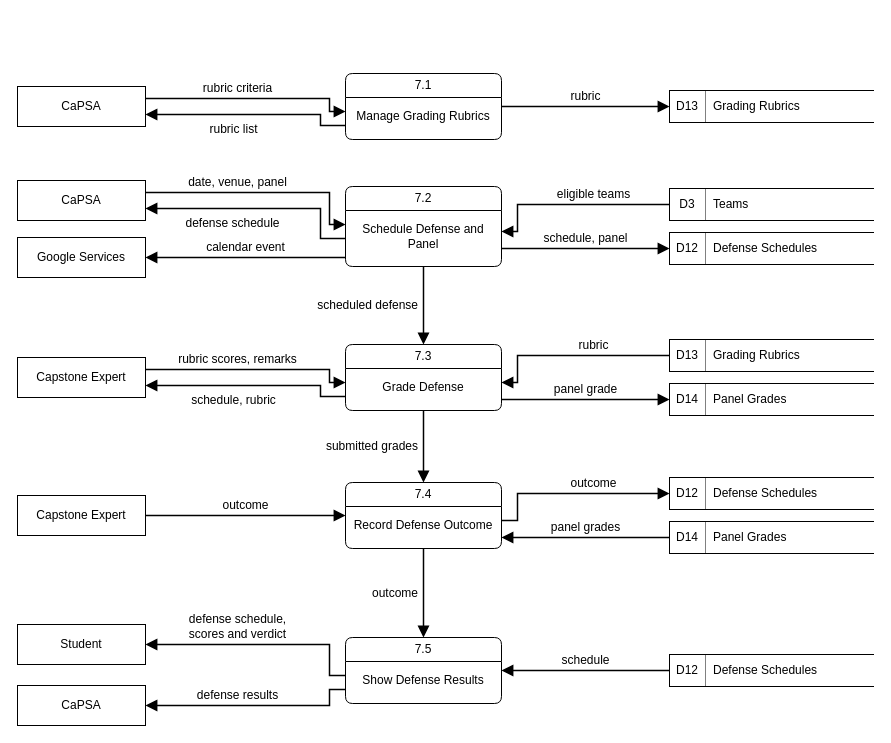
The draw.io diagram docs/diagrams/10-dfd-level-1-7-manage-defense-grading.drawio in M21thony/capstrack, before the edit. Source tidied: cells renumbered, new cells numbered last; positions are measured from the earlier drawing's top-left corner, leaving out a move shared by most shapes. Both pictures are drawn from the tidied source at 100%, with x=0, y=0 at pixel (17, 73).
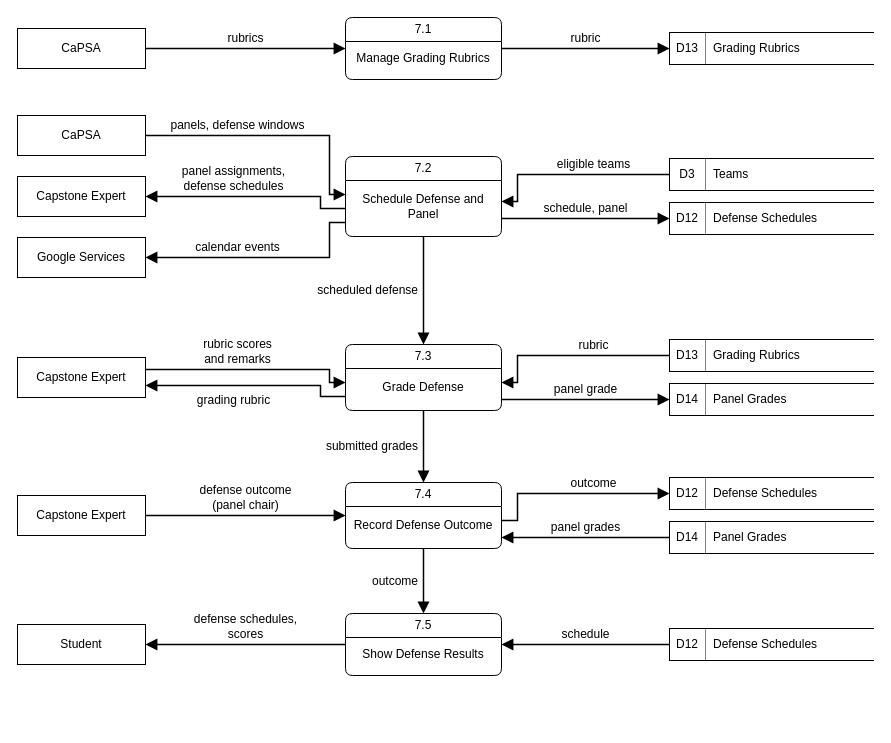
The same diagram, later.

The change refers to these unchanged cells:
```xml
<mxCell id="12" value="Google Services" style="rounded=0;whiteSpace=wrap;html=1;fillColor=#ffffff;fontSize=12;strokeColor=#000000;fontFamily=Helvetica;fontColor=#000000;" parent="1" vertex="1">
  <mxGeometry y="164" width="128" height="40" as="geometry" />
</mxCell>
<mxCell id="26" value="Capstone Expert" style="rounded=0;whiteSpace=wrap;html=1;fillColor=#ffffff;fontSize=12;strokeColor=#000000;fontFamily=Helvetica;fontColor=#000000;" parent="1" vertex="1">
  <mxGeometry y="284" width="128" height="40" as="geometry" />
</mxCell>
<mxCell id="33" value="7.3" style="swimlane;shape=swimlane;rounded=1;arcSize=10;startSize=24;html=1;whiteSpace=wrap;fillColor=#ffffff;swimlaneFillColor=#ffffff;fontStyle=0;fontSize=12;strokeColor=#000000;fontFamily=Helvetica;fontColor=#000000;" parent="1" vertex="1">
  <mxGeometry x="328" y="271" width="156" height="66" as="geometry" />
</mxCell>
<mxCell id="39" value="Capstone Expert" style="rounded=0;whiteSpace=wrap;html=1;fillColor=#ffffff;fontSize=12;strokeColor=#000000;fontFamily=Helvetica;fontColor=#000000;" parent="1" vertex="1">
  <mxGeometry y="422" width="128" height="40" as="geometry" />
</mxCell>
<mxCell id="46" value="7.4" style="swimlane;shape=swimlane;rounded=1;arcSize=10;startSize=24;html=1;whiteSpace=wrap;fillColor=#ffffff;swimlaneFillColor=#ffffff;fontStyle=0;fontSize=12;strokeColor=#000000;fontFamily=Helvetica;fontColor=#000000;" parent="1" vertex="1">
  <mxGeometry x="328" y="409" width="156" height="66" as="geometry" />
</mxCell>
<mxCell id="51" value="Student" style="rounded=0;whiteSpace=wrap;html=1;fillColor=#ffffff;fontSize=12;strokeColor=#000000;fontFamily=Helvetica;fontColor=#000000;" parent="1" vertex="1">
  <mxGeometry y="551" width="128" height="40" as="geometry" />
</mxCell>
```

What changed in the source:
```diff
@@
     <mxCell id="2" value="CaPSA" style="rounded=0;whiteSpace=wrap;html=1;fillColor=#ffffff;fontSize=12;strokeColor=#000000;fontFamily=Helvetica;fontColor=#000000;" parent="1" vertex="1">
-      <mxGeometry y="13" width="128" height="40" as="geometry" />
+      <mxGeometry y="-45" width="128" height="40" as="geometry" />
     </mxCell>
     <mxCell id="3" style="rounded=0;html=1;fillColor=none;strokeColor=none;fontSize=12;" parent="1" vertex="1">
-      <mxGeometry x="652" y="17" width="204" height="32" as="geometry" />
+      <mxGeometry x="652" y="-41" width="204" height="32" as="geometry" />
     </mxCell>
@@
     <mxCell id="6" value="7.1" style="swimlane;shape=swimlane;rounded=1;arcSize=10;startSize=24;html=1;whiteSpace=wrap;fillColor=#ffffff;swimlaneFillColor=#ffffff;fontStyle=0;fontSize=12;strokeColor=#000000;fontFamily=Helvetica;fontColor=#000000;" parent="1" vertex="1">
-      <mxGeometry x="328" width="156" height="66" as="geometry" />
+      <mxGeometry x="328" y="-56" width="156" height="62" as="geometry" />
     </mxCell>
     <mxCell id="7" value="Manage Grading Rubrics" style="text;html=1;strokeColor=none;fillColor=none;align=center;verticalAlign=middle;whiteSpace=wrap;fontSize=12;fontFamily=Helvetica;fontColor=#000000;" parent="6" vertex="1">
-      <mxGeometry x="6" y="24" width="144" height="38" as="geometry" />
+      <mxGeometry x="6" y="24" width="144" height="34" as="geometry" />
     </mxCell>
-    <mxCell id="8" value="rubric criteria" style="edgeStyle=orthogonalEdgeStyle;rounded=0;html=1;endArrow=block;endFill=1;endSize=8;strokeWidth=1.5;startArrow=none;strokeColor=#000000;fontFamily=Helvetica;fontColor=#000000;fontSize=12;labelBackgroundColor=#ffffff;verticalAlign=bottom;exitX=1;exitY=0.3;exitDx=0;exitDy=0;entryX=0;entryY=0.575758;entryDx=0;entryDy=0;" parent="1" edge="1" source="2" target="6">
-      <mxGeometry x="-0.14" relative="1" as="geometry">
-        <Array as="points">
-          <mxPoint x="312" y="25" />
-          <mxPoint x="312" y="38" />
-        </Array>
+    <mxCell id="8" value="rubrics" style="edgeStyle=orthogonalEdgeStyle;rounded=0;html=1;endArrow=block;endFill=1;endSize=8;strokeWidth=1.5;startArrow=none;strokeColor=#000000;fontFamily=Helvetica;fontColor=#000000;fontSize=12;labelBackgroundColor=#ffffff;verticalAlign=bottom;exitX=1;exitY=0.5;exitDx=0;exitDy=0;entryX=0;entryY=0.5;entryDx=0;entryDy=0;" parent="1" edge="1" source="2" target="6">
+      <mxGeometry relative="1" as="geometry">
         <mxPoint y="-1" as="offset" />
       </mxGeometry>
     </mxCell>
-    <mxCell id="9" value="rubric list" style="edgeStyle=orthogonalEdgeStyle;rounded=0;html=1;endArrow=block;endFill=1;endSize=8;strokeWidth=1.5;startArrow=none;strokeColor=#000000;fontFamily=Helvetica;fontColor=#000000;fontSize=12;labelBackgroundColor=#ffffff;verticalAlign=top;exitX=0;exitY=0.787879;exitDx=0;exitDy=0;entryX=1;entryY=0.7;entryDx=0;entryDy=0;" parent="1" edge="1" source="6" target="2">
-      <mxGeometry x="0.17" relative="1" as="geometry">
-        <Array as="points">
-          <mxPoint x="303" y="52" />
-          <mxPoint x="303" y="41" />
-        </Array>
-        <mxPoint y="1" as="offset" />
+    <mxCell id="9" value="rubric" style="edgeStyle=orthogonalEdgeStyle;rounded=0;html=1;endArrow=block;endFill=1;endSize=8;strokeWidth=1.5;startArrow=none;strokeColor=#000000;fontFamily=Helvetica;fontColor=#000000;fontSize=12;labelBackgroundColor=#ffffff;verticalAlign=bottom;exitX=1;exitY=0.5;exitDx=0;exitDy=0;entryX=0;entryY=0.5;entryDx=0;entryDy=0;" parent="1" edge="1" source="6" target="3">
+      <mxGeometry relative="1" as="geometry">
+        <mxPoint y="-1" as="offset" />
       </mxGeometry>
     </mxCell>
-    <mxCell id="10" value="rubric" style="edgeStyle=orthogonalEdgeStyle;rounded=0;html=1;endArrow=block;endFill=1;endSize=8;strokeWidth=1.5;startArrow=none;strokeColor=#000000;fontFamily=Helvetica;fontColor=#000000;fontSize=12;labelBackgroundColor=#ffffff;verticalAlign=bottom;exitX=1;exitY=0.5;exitDx=0;exitDy=0;entryX=0;entryY=0.5;entryDx=0;entryDy=0;" parent="1" edge="1" source="6" target="3">
-      <mxGeometry relative="1" as="geometry">
-        <mxPoint y="-1" as="offset" />
-      </mxGeometry>
+    <mxCell id="10" value="CaPSA" style="rounded=0;whiteSpace=wrap;html=1;fillColor=#ffffff;fontSize=12;strokeColor=#000000;fontFamily=Helvetica;fontColor=#000000;" parent="1" vertex="1">
+      <mxGeometry y="42" width="128" height="40" as="geometry" />
     </mxCell>
-    <mxCell id="11" value="CaPSA" style="rounded=0;whiteSpace=wrap;html=1;fillColor=#ffffff;fontSize=12;strokeColor=#000000;fontFamily=Helvetica;fontColor=#000000;" parent="1" vertex="1">
-      <mxGeometry y="107" width="128" height="40" as="geometry" />
+    <mxCell id="11" value="Capstone Expert" style="rounded=0;whiteSpace=wrap;html=1;fillColor=#ffffff;fontSize=12;strokeColor=#000000;fontFamily=Helvetica;fontColor=#000000;" parent="1" vertex="1">
+      <mxGeometry y="103" width="128" height="40" as="geometry" />
     </mxCell>
@@
     <mxCell id="13" style="rounded=0;html=1;fillColor=none;strokeColor=none;fontSize=12;" parent="1" vertex="1">
-      <mxGeometry x="652" y="115" width="204" height="32" as="geometry" />
+      <mxGeometry x="652" y="85" width="204" height="32" as="geometry" />
     </mxCell>
@@
     <mxCell id="16" style="rounded=0;html=1;fillColor=none;strokeColor=none;fontSize=12;" parent="1" vertex="1">
-      <mxGeometry x="652" y="159" width="204" height="32" as="geometry" />
+      <mxGeometry x="652" y="129" width="204" height="32" as="geometry" />
     </mxCell>
@@
     <mxCell id="19" value="7.2" style="swimlane;shape=swimlane;rounded=1;arcSize=10;startSize=24;html=1;whiteSpace=wrap;fillColor=#ffffff;swimlaneFillColor=#ffffff;fontStyle=0;fontSize=12;strokeColor=#000000;fontFamily=Helvetica;fontColor=#000000;" parent="1" vertex="1">
-      <mxGeometry x="328" y="113" width="156" height="80" as="geometry" />
+      <mxGeometry x="328" y="83" width="156" height="80" as="geometry" />
     </mxCell>
@@
-    <mxCell id="21" value="date, venue, panel" style="edgeStyle=orthogonalEdgeStyle;rounded=0;html=1;endArrow=block;endFill=1;endSize=8;strokeWidth=1.5;startArrow=none;strokeColor=#000000;fontFamily=Helvetica;fontColor=#000000;fontSize=12;labelBackgroundColor=#ffffff;verticalAlign=bottom;exitX=1;exitY=0.3;exitDx=0;exitDy=0;entryX=0;entryY=0.475;entryDx=0;entryDy=0;" parent="1" edge="1" source="11" target="19">
-      <mxGeometry x="-0.21" relative="1" as="geometry">
+    <mxCell id="21" value="panels, defense windows" style="edgeStyle=orthogonalEdgeStyle;rounded=0;html=1;endArrow=block;endFill=1;endSize=8;strokeWidth=1.5;startArrow=none;strokeColor=#000000;fontFamily=Helvetica;fontColor=#000000;fontSize=12;labelBackgroundColor=#ffffff;verticalAlign=bottom;exitX=1;exitY=0.5;exitDx=0;exitDy=0;entryX=0;entryY=0.475;entryDx=0;entryDy=0;" parent="1" edge="1" source="10" target="19">
+      <mxGeometry x="-0.29" relative="1" as="geometry">
         <Array as="points">
-          <mxPoint x="312" y="119" />
-          <mxPoint x="312" y="151" />
+          <mxPoint x="312" y="62" />
+          <mxPoint x="312" y="121" />
         </Array>
         <mxPoint y="-1" as="offset" />
       </mxGeometry>
     </mxCell>
-    <mxCell id="22" value="defense schedule" style="edgeStyle=orthogonalEdgeStyle;rounded=0;html=1;endArrow=block;endFill=1;endSize=8;strokeWidth=1.5;startArrow=none;strokeColor=#000000;fontFamily=Helvetica;fontColor=#000000;fontSize=12;labelBackgroundColor=#ffffff;verticalAlign=top;exitX=0;exitY=0.65;exitDx=0;exitDy=0;entryX=1;entryY=0.7;entryDx=0;entryDy=0;" parent="1" edge="1" source="19" target="11">
-      <mxGeometry x="0.24" relative="1" as="geometry">
+    <mxCell id="22" value="panel assignments,&lt;br&gt;defense schedules" style="edgeStyle=orthogonalEdgeStyle;rounded=0;html=1;endArrow=block;endFill=1;endSize=8;strokeWidth=1.5;startArrow=none;strokeColor=#000000;fontFamily=Helvetica;fontColor=#000000;fontSize=12;labelBackgroundColor=#ffffff;verticalAlign=bottom;exitX=0;exitY=0.65;exitDx=0;exitDy=0;entryX=1;entryY=0.5;entryDx=0;entryDy=0;" parent="1" edge="1" source="19" target="11">
+      <mxGeometry x="0.17" relative="1" as="geometry">
         <Array as="points">
-          <mxPoint x="303" y="165" />
           <mxPoint x="303" y="135" />
+          <mxPoint x="303" y="123" />
         </Array>
-        <mxPoint y="1" as="offset" />
+        <mxPoint y="-1" as="offset" />
       </mxGeometry>
     </mxCell>
-    <mxCell id="23" value="calendar event" style="edgeStyle=orthogonalEdgeStyle;rounded=0;html=1;endArrow=block;endFill=1;endSize=8;strokeWidth=1.5;startArrow=none;strokeColor=#000000;fontFamily=Helvetica;fontColor=#000000;fontSize=12;labelBackgroundColor=#ffffff;verticalAlign=bottom;exitX=0;exitY=0.8875;exitDx=0;exitDy=0;entryX=1;entryY=0.5;entryDx=0;entryDy=0;" parent="1" edge="1" source="19" target="12">
-      <mxGeometry relative="1" as="geometry">
+    <mxCell id="23" value="calendar events" style="edgeStyle=orthogonalEdgeStyle;rounded=0;html=1;endArrow=block;endFill=1;endSize=8;strokeWidth=1.5;startArrow=none;strokeColor=#000000;fontFamily=Helvetica;fontColor=#000000;fontSize=12;labelBackgroundColor=#ffffff;verticalAlign=bottom;exitX=0;exitY=0.825;exitDx=0;exitDy=0;entryX=1;entryY=0.5;entryDx=0;entryDy=0;" parent="1" edge="1" source="19" target="12">
+      <mxGeometry x="0.22" relative="1" as="geometry">
+        <Array as="points">
+          <mxPoint x="312" y="149" />
+          <mxPoint x="312" y="184" />
+        </Array>
         <mxPoint y="-1" as="offset" />
       </mxGeometry>
     </mxCell>
     <mxCell id="24" value="eligible teams" style="edgeStyle=orthogonalEdgeStyle;rounded=0;html=1;endArrow=block;endFill=1;endSize=8;strokeWidth=1.5;startArrow=none;strokeColor=#000000;fontFamily=Helvetica;fontColor=#000000;fontSize=12;labelBackgroundColor=#ffffff;verticalAlign=bottom;exitX=0;exitY=0.5;exitDx=0;exitDy=0;entryX=1;entryY=0.5625;entryDx=0;entryDy=0;" parent="1" edge="1" source="13" target="19">
       <mxGeometry x="-0.22" relative="1" as="geometry">
         <Array as="points">
-          <mxPoint x="500" y="131" />
-          <mxPoint x="500" y="158" />
+          <mxPoint x="500" y="101" />
+          <mxPoint x="500" y="128" />
         </Array>
         <mxPoint y="-1" as="offset" />
       </mxGeometry>
     </mxCell>
@@
-    <mxCell id="35" value="rubric scores, remarks" style="edgeStyle=orthogonalEdgeStyle;rounded=0;html=1;endArrow=block;endFill=1;endSize=8;strokeWidth=1.5;startArrow=none;strokeColor=#000000;fontFamily=Helvetica;fontColor=#000000;fontSize=12;labelBackgroundColor=#ffffff;verticalAlign=bottom;exitX=1;exitY=0.3;exitDx=0;exitDy=0;entryX=0;entryY=0.575758;entryDx=0;entryDy=0;" parent="1" edge="1" source="26" target="33">
+    <mxCell id="35" value="rubric scores&lt;br&gt;and remarks" style="edgeStyle=orthogonalEdgeStyle;rounded=0;html=1;endArrow=block;endFill=1;endSize=8;strokeWidth=1.5;startArrow=none;strokeColor=#000000;fontFamily=Helvetica;fontColor=#000000;fontSize=12;labelBackgroundColor=#ffffff;verticalAlign=bottom;exitX=1;exitY=0.3;exitDx=0;exitDy=0;entryX=0;entryY=0.575758;entryDx=0;entryDy=0;" parent="1" edge="1" source="26" target="33">
       <mxGeometry x="-0.14" relative="1" as="geometry">
         <Array as="points">
           <mxPoint x="312" y="296" />
           <mxPoint x="312" y="309" />
         </Array>
         <mxPoint y="-1" as="offset" />
       </mxGeometry>
     </mxCell>
-    <mxCell id="36" value="schedule, rubric" style="edgeStyle=orthogonalEdgeStyle;rounded=0;html=1;endArrow=block;endFill=1;endSize=8;strokeWidth=1.5;startArrow=none;strokeColor=#000000;fontFamily=Helvetica;fontColor=#000000;fontSize=12;labelBackgroundColor=#ffffff;verticalAlign=top;exitX=0;exitY=0.787879;exitDx=0;exitDy=0;entryX=1;entryY=0.7;entryDx=0;entryDy=0;" parent="1" edge="1" source="33" target="26">
+    <mxCell id="36" value="grading rubric" style="edgeStyle=orthogonalEdgeStyle;rounded=0;html=1;endArrow=block;endFill=1;endSize=8;strokeWidth=1.5;startArrow=none;strokeColor=#000000;fontFamily=Helvetica;fontColor=#000000;fontSize=12;labelBackgroundColor=#ffffff;verticalAlign=top;exitX=0;exitY=0.787879;exitDx=0;exitDy=0;entryX=1;entryY=0.7;entryDx=0;entryDy=0;" parent="1" edge="1" source="33" target="26">
       <mxGeometry x="0.17" relative="1" as="geometry">
         <Array as="points">
           <mxPoint x="303" y="323" />
           <mxPoint x="303" y="312" />
         </Array>
         <mxPoint y="1" as="offset" />
       </mxGeometry>
     </mxCell>
@@
-    <mxCell id="48" value="outcome" style="edgeStyle=orthogonalEdgeStyle;rounded=0;html=1;endArrow=block;endFill=1;endSize=8;strokeWidth=1.5;startArrow=none;strokeColor=#000000;fontFamily=Helvetica;fontColor=#000000;fontSize=12;labelBackgroundColor=#ffffff;verticalAlign=bottom;exitX=1;exitY=0.5;exitDx=0;exitDy=0;entryX=0;entryY=0.5;entryDx=0;entryDy=0;" parent="1" edge="1" source="39" target="46">
+    <mxCell id="48" value="defense outcome&lt;br&gt;(panel chair)" style="edgeStyle=orthogonalEdgeStyle;rounded=0;html=1;endArrow=block;endFill=1;endSize=8;strokeWidth=1.5;startArrow=none;strokeColor=#000000;fontFamily=Helvetica;fontColor=#000000;fontSize=12;labelBackgroundColor=#ffffff;verticalAlign=bottom;exitX=1;exitY=0.5;exitDx=0;exitDy=0;entryX=0;entryY=0.5;entryDx=0;entryDy=0;" parent="1" edge="1" source="39" target="46">
       <mxGeometry relative="1" as="geometry">
         <mxPoint y="-1" as="offset" />
       </mxGeometry>
     </mxCell>
@@
-    <mxCell id="52" value="CaPSA" style="rounded=0;whiteSpace=wrap;html=1;fillColor=#ffffff;fontSize=12;strokeColor=#000000;fontFamily=Helvetica;fontColor=#000000;" parent="1" vertex="1">
-      <mxGeometry y="612" width="128" height="40" as="geometry" />
+    <mxCell id="52" style="rounded=0;html=1;fillColor=none;strokeColor=none;fontSize=12;" parent="1" vertex="1">
+      <mxGeometry x="652" y="555" width="204" height="32" as="geometry" />
     </mxCell>
-    <mxCell id="53" style="rounded=0;html=1;fillColor=none;strokeColor=none;fontSize=12;" parent="1" vertex="1">
-      <mxGeometry x="652" y="581" width="204" height="32" as="geometry" />
+    <mxCell id="53" value="D12" style="rounded=0;whiteSpace=wrap;html=1;fillColor=#ffffff;fontSize=12;strokeColor=#000000;fontFamily=Helvetica;fontColor=#000000;" parent="52" vertex="1">
+      <mxGeometry width="36" height="32" as="geometry" />
     </mxCell>
-    <mxCell id="54" value="D12" style="rounded=0;whiteSpace=wrap;html=1;fillColor=#ffffff;fontSize=12;strokeColor=#000000;fontFamily=Helvetica;fontColor=#000000;" parent="53" vertex="1">
-      <mxGeometry width="36" height="32" as="geometry" />
+    <mxCell id="54" value="Defense Schedules" style="shape=partialRectangle;left=0;right=0;top=1;bottom=1;whiteSpace=wrap;html=1;align=left;spacingLeft=6;fillColor=#ffffff;fontSize=12;strokeColor=#000000;fontFamily=Helvetica;fontColor=#000000;" parent="52" vertex="1">
+      <mxGeometry x="36" width="168" height="32" as="geometry" />
     </mxCell>
-    <mxCell id="55" value="Defense Schedules" style="shape=partialRectangle;left=0;right=0;top=1;bottom=1;whiteSpace=wrap;html=1;align=left;spacingLeft=6;fillColor=#ffffff;fontSize=12;strokeColor=#000000;fontFamily=Helvetica;fontColor=#000000;" parent="53" vertex="1">
-      <mxGeometry x="36" width="168" height="32" as="geometry" />
+    <mxCell id="55" value="7.5" style="swimlane;shape=swimlane;rounded=1;arcSize=10;startSize=24;html=1;whiteSpace=wrap;fillColor=#ffffff;swimlaneFillColor=#ffffff;fontStyle=0;fontSize=12;strokeColor=#000000;fontFamily=Helvetica;fontColor=#000000;" parent="1" vertex="1">
+      <mxGeometry x="328" y="540" width="156" height="62" as="geometry" />
     </mxCell>
-    <mxCell id="56" value="7.5" style="swimlane;shape=swimlane;rounded=1;arcSize=10;startSize=24;html=1;whiteSpace=wrap;fillColor=#ffffff;swimlaneFillColor=#ffffff;fontStyle=0;fontSize=12;strokeColor=#000000;fontFamily=Helvetica;fontColor=#000000;" parent="1" vertex="1">
-      <mxGeometry x="328" y="564" width="156" height="66" as="geometry" />
+    <mxCell id="56" value="Show Defense Results" style="text;html=1;strokeColor=none;fillColor=none;align=center;verticalAlign=middle;whiteSpace=wrap;fontSize=12;fontFamily=Helvetica;fontColor=#000000;" parent="55" vertex="1">
+      <mxGeometry x="6" y="24" width="144" height="34" as="geometry" />
     </mxCell>
-    <mxCell id="57" value="Show Defense Results" style="text;html=1;strokeColor=none;fillColor=none;align=center;verticalAlign=middle;whiteSpace=wrap;fontSize=12;fontFamily=Helvetica;fontColor=#000000;" parent="56" vertex="1">
-      <mxGeometry x="6" y="24" width="144" height="38" as="geometry" />
+    <mxCell id="57" value="defense schedules,&lt;br&gt;scores" style="edgeStyle=orthogonalEdgeStyle;rounded=0;html=1;endArrow=block;endFill=1;endSize=8;strokeWidth=1.5;startArrow=none;strokeColor=#000000;fontFamily=Helvetica;fontColor=#000000;fontSize=12;labelBackgroundColor=#ffffff;verticalAlign=bottom;exitX=0;exitY=0.5;exitDx=0;exitDy=0;entryX=1;entryY=0.5;entryDx=0;entryDy=0;" parent="1" edge="1" source="55" target="51">
+      <mxGeometry relative="1" as="geometry">
+        <mxPoint y="-1" as="offset" />
+      </mxGeometry>
     </mxCell>
-    <mxCell id="58" value="defense schedule,&lt;br&gt;scores and verdict" style="edgeStyle=orthogonalEdgeStyle;rounded=0;html=1;endArrow=block;endFill=1;endSize=8;strokeWidth=1.5;startArrow=none;strokeColor=#000000;fontFamily=Helvetica;fontColor=#000000;fontSize=12;labelBackgroundColor=#ffffff;verticalAlign=bottom;exitX=0;exitY=0.575758;exitDx=0;exitDy=0;entryX=1;entryY=0.5;entryDx=0;entryDy=0;" parent="1" edge="1" source="56" target="51">
-      <mxGeometry x="0.2" relative="1" as="geometry">
-        <Array as="points">
-          <mxPoint x="312" y="602" />
-          <mxPoint x="312" y="571" />
-        </Array>
+    <mxCell id="58" value="schedule" style="edgeStyle=orthogonalEdgeStyle;rounded=0;html=1;endArrow=block;endFill=1;endSize=8;strokeWidth=1.5;startArrow=none;strokeColor=#000000;fontFamily=Helvetica;fontColor=#000000;fontSize=12;labelBackgroundColor=#ffffff;verticalAlign=bottom;exitX=0;exitY=0.5;exitDx=0;exitDy=0;entryX=1;entryY=0.5;entryDx=0;entryDy=0;" parent="1" edge="1" source="52" target="55">
+      <mxGeometry relative="1" as="geometry">
         <mxPoint y="-1" as="offset" />
       </mxGeometry>
     </mxCell>
-    <mxCell id="59" value="defense results" style="edgeStyle=orthogonalEdgeStyle;rounded=0;html=1;endArrow=block;endFill=1;endSize=8;strokeWidth=1.5;startArrow=none;strokeColor=#000000;fontFamily=Helvetica;fontColor=#000000;fontSize=12;labelBackgroundColor=#ffffff;verticalAlign=bottom;exitX=0;exitY=0.787879;exitDx=0;exitDy=0;entryX=1;entryY=0.5;entryDx=0;entryDy=0;" parent="1" edge="1" source="56" target="52">
-      <mxGeometry x="0.15" relative="1" as="geometry">
-        <Array as="points">
-          <mxPoint x="312" y="616" />
-          <mxPoint x="312" y="632" />
-        </Array>
-        <mxPoint y="-1" as="offset" />
+    <mxCell id="59" value="scheduled defense" style="edgeStyle=orthogonalEdgeStyle;rounded=0;html=1;endArrow=block;endFill=1;endSize=8;strokeWidth=1.5;startArrow=none;strokeColor=#000000;fontFamily=Helvetica;fontColor=#000000;fontSize=12;labelBackgroundColor=#ffffff;align=right;exitX=0.5;exitY=1;exitDx=0;exitDy=0;entryX=0.5;entryY=0;entryDx=0;entryDy=0;" parent="1" edge="1" source="19" target="33">
+      <mxGeometry relative="1" as="geometry">
+        <mxPoint x="-4" as="offset" />
       </mxGeometry>
     </mxCell>
-    <mxCell id="60" value="schedule" style="edgeStyle=orthogonalEdgeStyle;rounded=0;html=1;endArrow=block;endFill=1;endSize=8;strokeWidth=1.5;startArrow=none;strokeColor=#000000;fontFamily=Helvetica;fontColor=#000000;fontSize=12;labelBackgroundColor=#ffffff;verticalAlign=bottom;exitX=0;exitY=0.5;exitDx=0;exitDy=0;entryX=1;entryY=0.5;entryDx=0;entryDy=0;" parent="1" edge="1" source="53" target="56">
+    <mxCell id="60" value="submitted grades" style="edgeStyle=orthogonalEdgeStyle;rounded=0;html=1;endArrow=block;endFill=1;endSize=8;strokeWidth=1.5;startArrow=none;strokeColor=#000000;fontFamily=Helvetica;fontColor=#000000;fontSize=12;labelBackgroundColor=#ffffff;align=right;exitX=0.5;exitY=1;exitDx=0;exitDy=0;entryX=0.5;entryY=0;entryDx=0;entryDy=0;" parent="1" edge="1" source="33" target="46">
       <mxGeometry relative="1" as="geometry">
-        <mxPoint y="-1" as="offset" />
+        <mxPoint x="-4" as="offset" />
       </mxGeometry>
     </mxCell>
-    <mxCell id="61" value="scheduled defense" style="edgeStyle=orthogonalEdgeStyle;rounded=0;html=1;endArrow=block;endFill=1;endSize=8;strokeWidth=1.5;startArrow=none;strokeColor=#000000;fontFamily=Helvetica;fontColor=#000000;fontSize=12;labelBackgroundColor=#ffffff;align=right;exitX=0.5;exitY=1;exitDx=0;exitDy=0;entryX=0.5;entryY=0;entryDx=0;entryDy=0;" parent="1" edge="1" source="19" target="33">
+    <mxCell id="61" value="outcome" style="edgeStyle=orthogonalEdgeStyle;rounded=0;html=1;endArrow=block;endFill=1;endSize=8;strokeWidth=1.5;startArrow=none;strokeColor=#000000;fontFamily=Helvetica;fontColor=#000000;fontSize=12;labelBackgroundColor=#ffffff;align=right;exitX=0.5;exitY=1;exitDx=0;exitDy=0;entryX=0.5;entryY=0;entryDx=0;entryDy=0;" parent="1" edge="1" source="46" target="55">
       <mxGeometry relative="1" as="geometry">
         <mxPoint x="-4" as="offset" />
       </mxGeometry>
     </mxCell>
-    <mxCell id="62" value="submitted grades" style="edgeStyle=orthogonalEdgeStyle;rounded=0;html=1;endArrow=block;endFill=1;endSize=8;strokeWidth=1.5;startArrow=none;strokeColor=#000000;fontFamily=Helvetica;fontColor=#000000;fontSize=12;labelBackgroundColor=#ffffff;align=right;exitX=0.5;exitY=1;exitDx=0;exitDy=0;entryX=0.5;entryY=0;entryDx=0;entryDy=0;" parent="1" edge="1" source="33" target="46">
-      <mxGeometry relative="1" as="geometry">
-        <mxPoint x="-4" as="offset" />
-      </mxGeometry>
-    </mxCell>
-    <mxCell id="63" value="outcome" style="edgeStyle=orthogonalEdgeStyle;rounded=0;html=1;endArrow=block;endFill=1;endSize=8;strokeWidth=1.5;startArrow=none;strokeColor=#000000;fontFamily=Helvetica;fontColor=#000000;fontSize=12;labelBackgroundColor=#ffffff;align=right;exitX=0.5;exitY=1;exitDx=0;exitDy=0;entryX=0.5;entryY=0;entryDx=0;entryDy=0;" parent="1" edge="1" source="46" target="56">
-      <mxGeometry relative="1" as="geometry">
-        <mxPoint x="-4" as="offset" />
-      </mxGeometry>
-    </mxCell>
```
